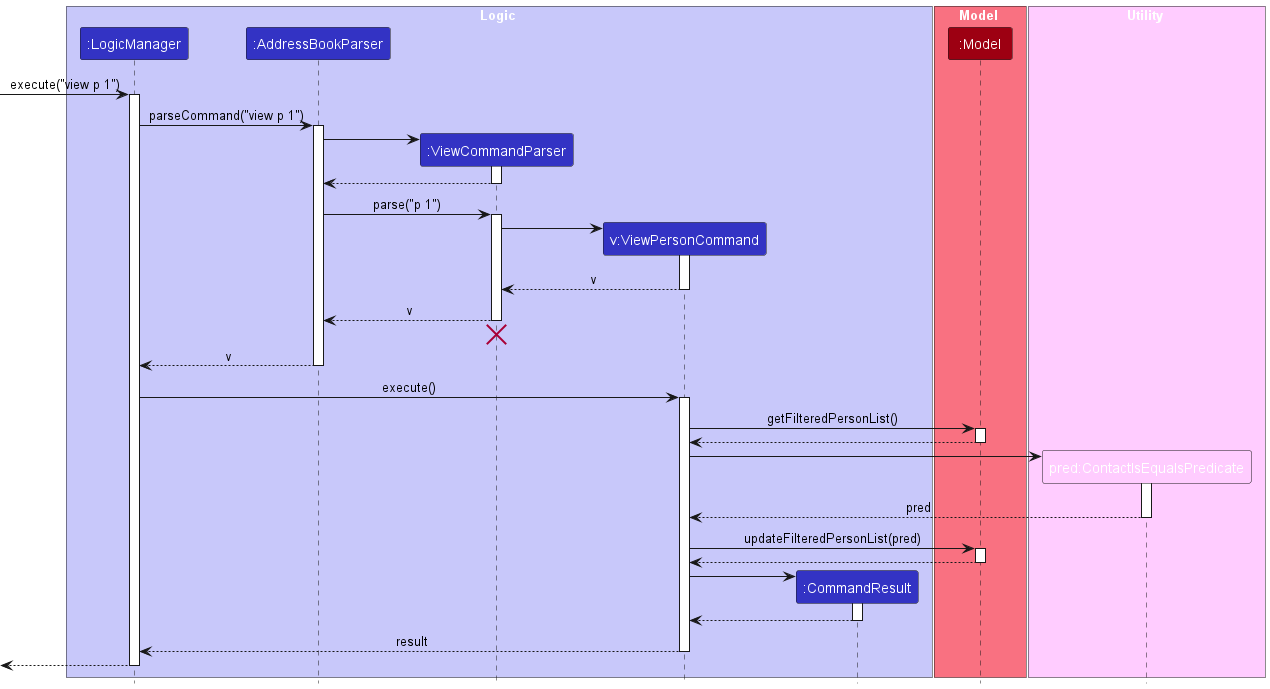
oeggy03/tp keeps this PlantUML diagram as docs/images/ViewPersonSequenceDiagram.png. Above is the earlier version. Its diagram source:
```plantuml
@startuml
!include style.puml
skinparam ArrowFontStyle plain

box Logic LOGIC_COLOR_T1
participant ":LogicManager" as LogicManager LOGIC_COLOR
participant ":AddressBookParser" as AddressBookParser LOGIC_COLOR
participant ":ViewCommandParser" as ViewCommandParser LOGIC_COLOR
participant "v:ViewPersonCommand" as ViewPersonCommand LOGIC_COLOR
participant ":CommandResult" as CommandResult LOGIC_COLOR
end box

box Model MODEL_COLOR_T1
participant ":Model" as Model MODEL_COLOR
end box

box Utility UTIL_COLOR
participant "pred:ContactIsEqualsPredicate" as ContactIsEqualsPredicate UTIL_COLOR
end box

[-> LogicManager : execute("view p 1")
activate LogicManager

LogicManager -> AddressBookParser : parseCommand("view p 1")
activate AddressBookParser

create ViewCommandParser
AddressBookParser -> ViewCommandParser
activate ViewCommandParser

ViewCommandParser --> AddressBookParser
deactivate ViewCommandParser

AddressBookParser -> ViewCommandParser : parse("p 1")
activate ViewCommandParser

create ViewPersonCommand
ViewCommandParser -> ViewPersonCommand
activate ViewPersonCommand

ViewPersonCommand --> ViewCommandParser : v
deactivate ViewPersonCommand

ViewCommandParser --> AddressBookParser : v
deactivate ViewCommandParser
ViewCommandParser -[hidden]-> AddressBookParser
destroy ViewCommandParser

AddressBookParser --> LogicManager : v
deactivate AddressBookParser

LogicManager -> ViewPersonCommand : execute()
activate ViewPersonCommand

ViewPersonCommand -> Model : getFilteredPersonList()
activate Model

Model --> ViewPersonCommand
deactivate Model

create ContactIsEqualsPredicate
ViewPersonCommand -> ContactIsEqualsPredicate
activate ContactIsEqualsPredicate

ContactIsEqualsPredicate --> ViewPersonCommand : pred
deactivate ContactIsEqualsPredicate

ViewPersonCommand -> Model : updateFilteredPersonList(pred)
activate Model

Model --> ViewPersonCommand :
deactivate Model

create CommandResult
ViewPersonCommand -> CommandResult
activate CommandResult

CommandResult --> ViewPersonCommand
deactivate CommandResult

ViewPersonCommand --> LogicManager : result
deactivate ViewPersonCommand

[<--LogicManager
deactivate LogicManager
@enduml
```
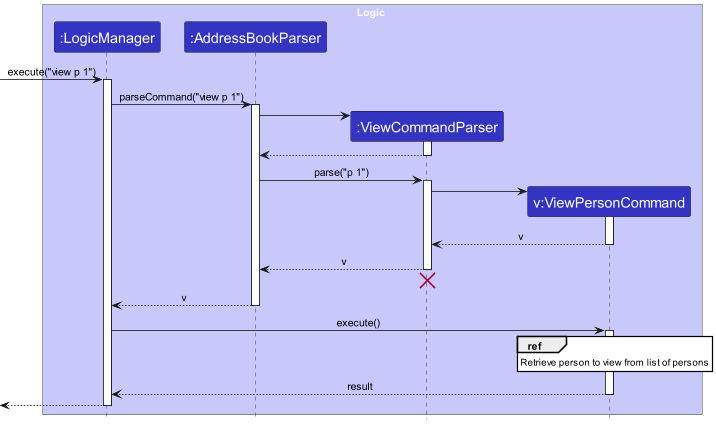
Later version of the same file.

Diff of the diagram source:
```diff
@@ -1,21 +1,13 @@
 @startuml
 !include style.puml
 skinparam ArrowFontStyle plain
+skinparam sequenceReferenceBackgroundColor white
 
 box Logic LOGIC_COLOR_T1
 participant ":LogicManager" as LogicManager LOGIC_COLOR
 participant ":AddressBookParser" as AddressBookParser LOGIC_COLOR
 participant ":ViewCommandParser" as ViewCommandParser LOGIC_COLOR
 participant "v:ViewPersonCommand" as ViewPersonCommand LOGIC_COLOR
-participant ":CommandResult" as CommandResult LOGIC_COLOR
-end box
-
-box Model MODEL_COLOR_T1
-participant ":Model" as Model MODEL_COLOR
-end box
-
-box Utility UTIL_COLOR
-participant "pred:ContactIsEqualsPredicate" as ContactIsEqualsPredicate UTIL_COLOR
 end box
 
 [-> LogicManager : execute("view p 1")
@@ -52,31 +44,9 @@
 LogicManager -> ViewPersonCommand : execute()
 activate ViewPersonCommand
 
-ViewPersonCommand -> Model : getFilteredPersonList()
-activate Model
-
-Model --> ViewPersonCommand
-deactivate Model
-
-create ContactIsEqualsPredicate
-ViewPersonCommand -> ContactIsEqualsPredicate
-activate ContactIsEqualsPredicate
-
-ContactIsEqualsPredicate --> ViewPersonCommand : pred
-deactivate ContactIsEqualsPredicate
-
-ViewPersonCommand -> Model : updateFilteredPersonList(pred)
-activate Model
-
-Model --> ViewPersonCommand :
-deactivate Model
-
-create CommandResult
-ViewPersonCommand -> CommandResult
-activate CommandResult
-
-CommandResult --> ViewPersonCommand
-deactivate CommandResult
+ref over ViewPersonCommand
+Retrieve person to view from list of persons
+end ref
 
 ViewPersonCommand --> LogicManager : result
 deactivate ViewPersonCommand
```
